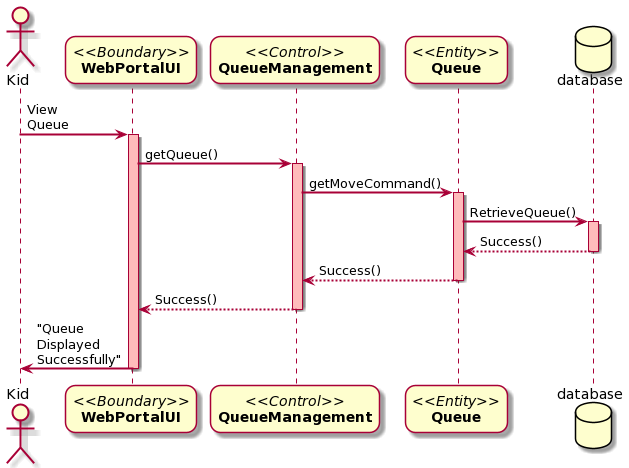
Before: Docs/Sequence Diagrams/Project Sequence-Diagram-UC4.png, a diagram exported from PlantUML (DanielFYJ/2101-2201-Project).
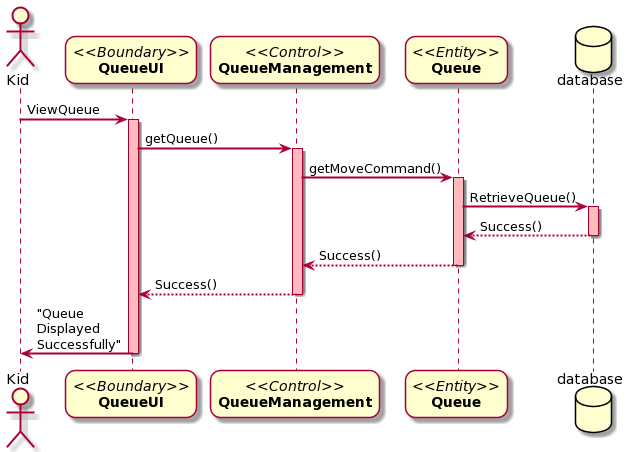
After the commit.

Commit message:
Update Sequence Diagram

The edit, as a diff of the source:
```diff
@@ -4,13 +4,13 @@
 skinparam maxmessagesize 60
 
 actor Kid
-participant "//<<Boundary>>//\n**WebPortalUI**" as A
+participant "//<<Boundary>>//\n**QueueUI**" as A
 participant "//<<Control>>//\n**QueueManagement**" as B
 participant "//<<Entity>>//\n**Queue**" as C
 database database
 
 
-Kid-> A: View Queue
+Kid-> A: ViewQueue
 activate A #FFBBBB
 
 A -> B: getQueue()
```
